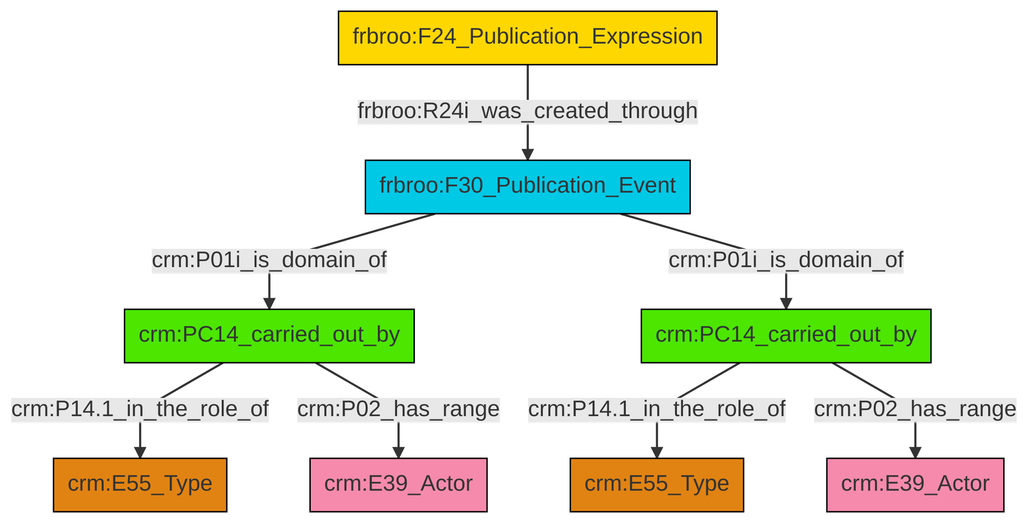
swiss-art-research-net/reference-data-models keeps this Mermaid diagram as et/biblioCSV/ttl/mmd/png/biblio_actor_relations.png. Above is the earlier version. Its source is kept beside it as et/biblioCSV/ttl/mmd/biblio_actor_relations.ttl.mmd.
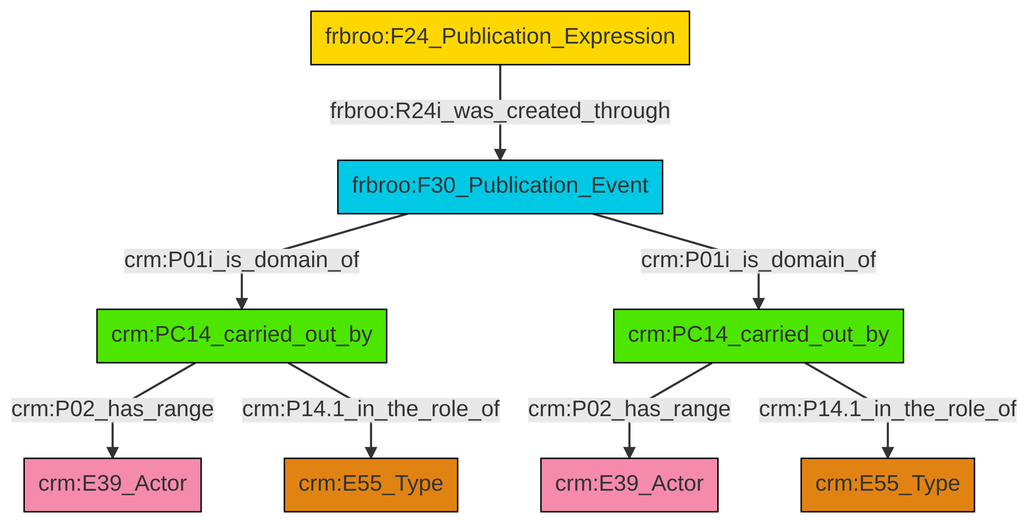
After the commit.

The edit, as a diff of the source:
```diff
@@ -13,10 +13,10 @@
 classDef PC_Classes fill:#4ce600, stroke:#000000;
 classDef Multi fill:#cccccc,stroke:#000000;
 
-0["crm:PC14_carried_out_by"]:::PC_Classes -->|crm:P14.1_in_the_role_of| 1["crm:E55_Type"]:::Type
-2["frbroo:F30_Publication_Event"]:::Temporal_Entity -->|crm:P01i_is_domain_of| 0["crm:PC14_carried_out_by"]:::PC_Classes
-2["frbroo:F30_Publication_Event"]:::Temporal_Entity -->|crm:P01i_is_domain_of| 3["crm:PC14_carried_out_by"]:::PC_Classes
-3["crm:PC14_carried_out_by"]:::PC_Classes -->|crm:P14.1_in_the_role_of| 6["crm:E55_Type"]:::Type
-3["crm:PC14_carried_out_by"]:::PC_Classes -->|crm:P02_has_range| 10["crm:E39_Actor"]:::Actor
-0["crm:PC14_carried_out_by"]:::PC_Classes -->|crm:P02_has_range| 12["crm:E39_Actor"]:::Actor
-14["frbroo:F24_Publication_Expression"]:::Conceptual_Object -->|frbroo:R24i_was_created_through| 2["frbroo:F30_Publication_Event"]:::Temporal_Entity
+0["frbroo:F30_Publication_Event"]:::Temporal_Entity -->|crm:P01i_is_domain_of| 1["crm:PC14_carried_out_by"]:::PC_Classes
+1["crm:PC14_carried_out_by"]:::PC_Classes -->|crm:P02_has_range| 5["crm:E39_Actor"]:::Actor
+0["frbroo:F30_Publication_Event"]:::Temporal_Entity -->|crm:P01i_is_domain_of| 6["crm:PC14_carried_out_by"]:::PC_Classes
+3["frbroo:F24_Publication_Expression"]:::Conceptual_Object -->|frbroo:R24i_was_created_through| 0["frbroo:F30_Publication_Event"]:::Temporal_Entity
+6["crm:PC14_carried_out_by"]:::PC_Classes -->|crm:P02_has_range| 7["crm:E39_Actor"]:::Actor
+1["crm:PC14_carried_out_by"]:::PC_Classes -->|crm:P14.1_in_the_role_of| 12["crm:E55_Type"]:::Type
+6["crm:PC14_carried_out_by"]:::PC_Classes -->|crm:P14.1_in_the_role_of| 10["crm:E55_Type"]:::Type
```
